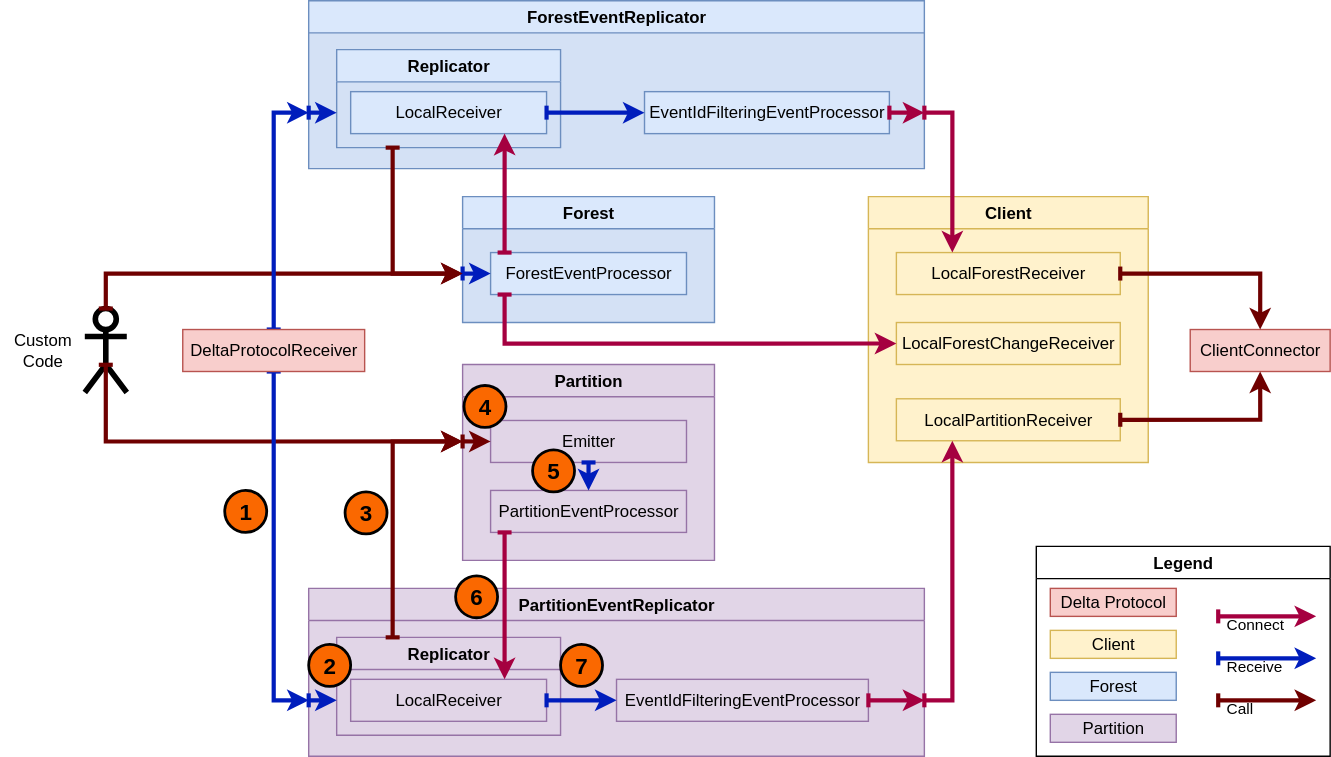
Before: docs/processors-remoteSteps.drawio.svg, a diagram exported from draw.io (LionWeb-io/lionweb-csharp). Source tidied: cells renumbered, new cells last; positions are measured from the earlier drawing's top-left corner, leaving out a move shared by most shapes.
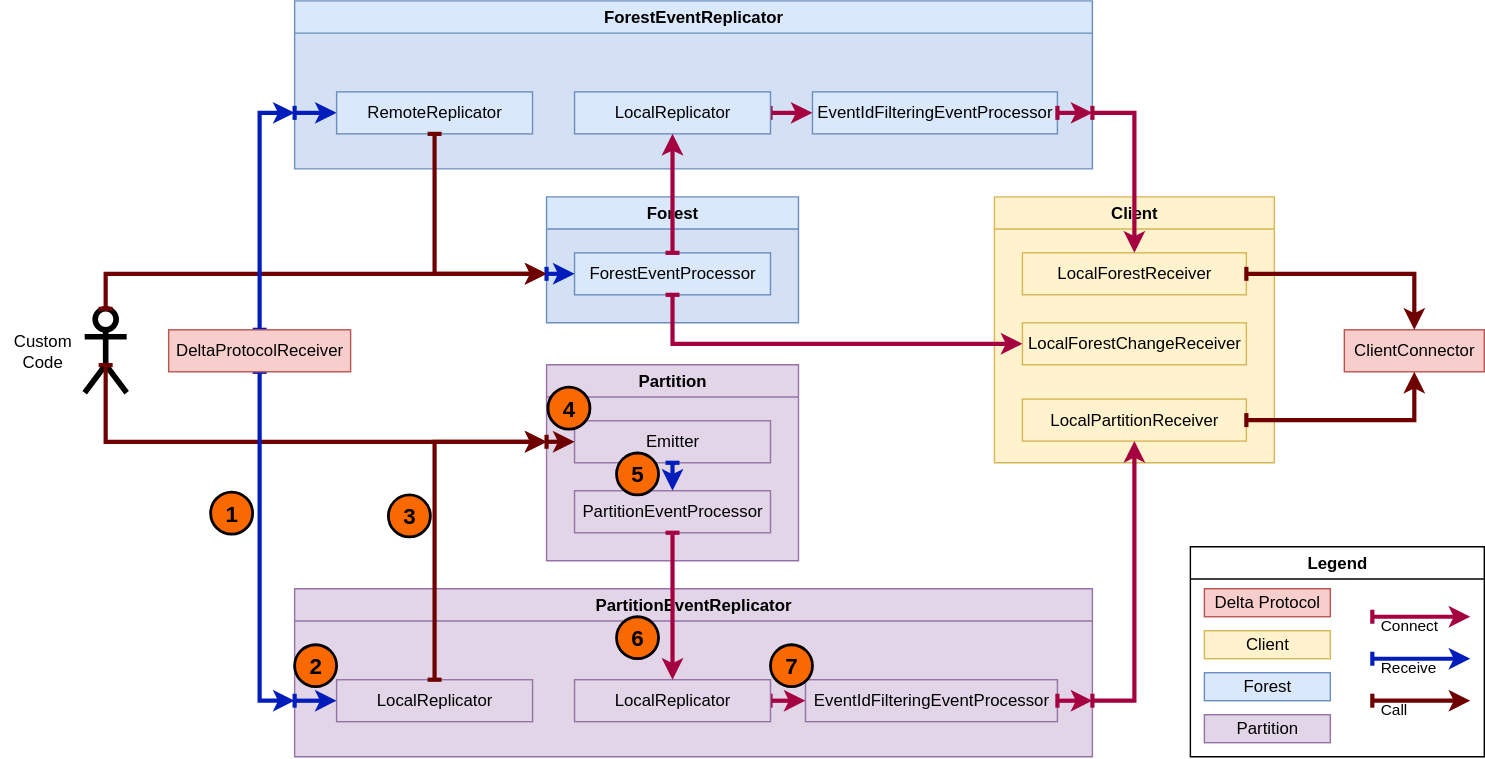
After the commit.

Diff of the diagram source:
```diff
@@ -28,32 +28,27 @@
     <mxCell id="7" value="&lt;div&gt;DeltaProtocolReceiver&lt;/div&gt;" style="rounded=0;whiteSpace=wrap;html=1;fillColor=#f8cecc;strokeColor=#b85450;" parent="1" vertex="1">
-      <mxGeometry x="130" y="235" width="130" height="30" as="geometry" />
+      <mxGeometry x="120" y="235" width="130" height="30" as="geometry" />
     </mxCell>
     <mxCell id="8" value="ForestEventReplicator" style="swimlane;whiteSpace=wrap;html=1;points=[[0,0,0,0,0],[0,0.25,0,0,0],[0,0.5,0,0,0],[0,1,0,0,-40],[0,1,0,0,0],[0.25,0,0,0,0],[0.25,1,0,0,0],[0.5,0,0,0,0],[0.5,1,0,0,0],[0.75,0,0,0,0],[0.75,1,0,0,0],[1,0,0,0,0],[1,0.25,0,0,0],[1,0.5,0,0,0],[1,1,0,0,-40],[1,1,0,0,0]];fillColor=#dae8fc;strokeColor=#6c8ebf;swimlaneFillColor=#D4E1F5;" parent="1" vertex="1">
-      <mxGeometry x="220" width="440" height="120" as="geometry" />
+      <mxGeometry x="210" width="570" height="120" as="geometry" />
     </mxCell>
-    <mxCell id="9" value="Replicator" style="swimlane;whiteSpace=wrap;html=1;points=[[0,0,0,0,0],[0,0.25,0,0,0],[0,0.5,0,0,0],[0,1,0,0,-25],[0,1,0,0,0],[0,1,0,40,0],[0.25,0,0,0,0],[0.5,0,0,0,0],[0.5,1,0,0,0],[0.75,0,0,0,0],[0.75,1,0,0,0],[1,0,0,0,0],[1,0.25,0,0,0],[1,0.5,0,0,0],[1,0.75,0,0,0],[1,1,0,0,0]];fillColor=#dae8fc;strokeColor=#6c8ebf;gradientColor=none;swimlaneFillColor=#D4E1F5;" parent="8" vertex="1">
-      <mxGeometry x="20" y="35" width="160" height="70" as="geometry" />
-    </mxCell>
-    <mxCell id="10" value="LocalReceiver" style="rounded=0;whiteSpace=wrap;html=1;points=[[0,0,0,0,0],[0,0.25,0,0,0],[0,0.5,0,0,0],[0,0.75,0,0,0],[0,1,0,0,0],[0.25,0,0,0,0],[0.25,1,0,0,0],[0.5,0,0,0,0],[0.5,1,0,0,0],[0.75,0,0,0,0],[1,0,0,0,0],[1,0.25,0,0,0],[1,0.5,0,0,0],[1,0.75,0,0,0],[1,1,0,-30,0],[1,1,0,0,0]];fillColor=#dae8fc;strokeColor=#6c8ebf;" parent="9" vertex="1">
-      <mxGeometry x="10" y="30" width="140" height="30" as="geometry" />
-    </mxCell>
     <mxCell id="11" value="EventIdFilteringEventProcessor" style="rounded=0;whiteSpace=wrap;html=1;fillColor=#dae8fc;strokeColor=#6c8ebf;" parent="8" vertex="1">
-      <mxGeometry x="240" y="65" width="175" height="30" as="geometry" />
+      <mxGeometry x="370" y="65" width="175" height="30" as="geometry" />
     </mxCell>
-    <mxCell id="12" style="edgeStyle=orthogonalEdgeStyle;rounded=0;jettySize=auto;html=1;exitX=0;exitY=1;exitDx=0;exitDy=-40;entryX=0;entryY=1;entryDx=0;entryDy=-25;fillColor=#0050ef;strokeColor=#001DBC;entryPerimeter=0;exitPerimeter=0;strokeWidth=3;startArrow=baseDash;startFill=0;" parent="8" edge="1" source="8" target="9">
+    <mxCell id="12" style="edgeStyle=orthogonalEdgeStyle;rounded=0;jettySize=auto;html=1;exitX=0;exitY=1;exitDx=0;exitDy=-40;entryX=0;entryY=0.5;entryDx=0;entryDy=0;fillColor=#0050ef;strokeColor=#001DBC;entryPerimeter=0;exitPerimeter=0;strokeWidth=3;startArrow=baseDash;startFill=0;" parent="8" edge="1" source="8" target="61">
       <mxGeometry relative="1" as="geometry" />
     </mxCell>
+    <mxCell id="14" style="rounded=0;jettySize=auto;html=1;fillColor=#d80073;strokeColor=#A50040;exitX=1;exitY=0.5;exitDx=0;exitDy=0;strokeWidth=3;startArrow=baseDash;startFill=0;entryX=1;entryY=1;entryDx=0;entryDy=-40;entryPerimeter=0;" parent="8" edge="1" source="11" target="8">
+      <mxGeometry relative="1" as="geometry" />
+    </mxCell>
-    <mxCell id="13" style="edgeStyle=orthogonalEdgeStyle;rounded=0;jettySize=auto;html=1;entryX=0;entryY=0.5;entryDx=0;entryDy=0;fillColor=#0050ef;strokeColor=#001DBC;exitX=1;exitY=0.5;exitDx=0;exitDy=0;strokeWidth=3;startArrow=baseDash;startFill=0;" parent="8" edge="1" source="10" target="11">
+    <mxCell id="13" style="rounded=0;jettySize=auto;html=1;fillColor=#d80073;strokeColor=#A50040;entryX=0;entryY=0.5;entryDx=0;entryDy=0;strokeWidth=3;startArrow=baseDash;startFill=0;exitX=1;exitY=0.5;exitDx=0;exitDy=0;exitPerimeter=0;" parent="8" edge="1" source="10" target="11">
       <mxGeometry relative="1" as="geometry" />
     </mxCell>
-    <mxCell id="14" style="edgeStyle=orthogonalEdgeStyle;rounded=0;jettySize=auto;html=1;fillColor=#d80073;strokeColor=#A50040;exitX=1;exitY=0.5;exitDx=0;exitDy=0;entryX=1;entryY=1;entryDx=0;entryDy=-40;entryPerimeter=0;strokeWidth=3;startArrow=baseDash;startFill=0;" parent="8" edge="1" source="11" target="8">
-      <mxGeometry relative="1" as="geometry">
-        <Array as="points">
-          <mxPoint x="430" y="80" />
-          <mxPoint x="430" y="80" />
-        </Array>
-      </mxGeometry>
-    </mxCell>
+    <mxCell id="10" value="LocalReplicator" style="rounded=0;whiteSpace=wrap;html=1;points=[[0,0,0,0,0],[0,0.25,0,0,0],[0,0.5,0,0,0],[0,0.75,0,0,0],[0,1,0,0,0],[0.25,0,0,0,0],[0.25,1,0,0,0],[0.5,0,0,0,0],[0.5,1,0,0,0],[0.75,0,0,0,0],[1,0,0,0,0],[1,0.25,0,0,0],[1,0.5,0,0,0],[1,0.75,0,0,0],[1,1,0,-30,0],[1,1,0,0,0]];fillColor=#dae8fc;strokeColor=#6c8ebf;" parent="8" vertex="1">
+      <mxGeometry x="200" y="65" width="140" height="30" as="geometry" />
+    </mxCell>
+    <mxCell id="61" value="RemoteReplicator" style="rounded=0;whiteSpace=wrap;html=1;points=[[0,0,0,0,0],[0,0.25,0,0,0],[0,0.5,0,0,0],[0,0.75,0,0,0],[0,1,0,0,0],[0.25,0,0,0,0],[0.25,1,0,0,0],[0.5,0,0,0,0],[0.5,1,0,0,0],[0.75,0,0,0,0],[1,0,0,0,0],[1,0.25,0,0,0],[1,0.5,0,0,0],[1,0.75,0,0,0],[1,1,0,-30,0],[1,1,0,0,0]];fillColor=#dae8fc;strokeColor=#6c8ebf;" parent="8" vertex="1">
+      <mxGeometry x="30" y="65" width="140" height="30" as="geometry" />
+    </mxCell>
     <mxCell id="15" value="Forest" style="swimlane;whiteSpace=wrap;html=1;points=[[0,0,0,0,0],[0,0.25,0,0,0],[0,0.5,0,0,0],[0,1,0,0,-35],[0,1,0,0,0],[0.25,0,0,0,0],[0.25,1,0,0,0],[0.5,0,0,0,0],[0.5,1,0,0,0],[0.75,0,0,0,0],[0.75,1,0,0,0],[1,0,0,0,0],[1,0.25,0,0,0],[1,0.5,0,0,0],[1,0.75,0,0,0],[1,1,0,0,0]];fillColor=#dae8fc;strokeColor=#6c8ebf;swimlaneFillColor=#D4E1F5;" parent="1" vertex="1">
-      <mxGeometry x="330" y="140" width="180" height="90" as="geometry" />
+      <mxGeometry x="390" y="140" width="180" height="90" as="geometry" />
     </mxCell>
@@ -71,35 +66,24 @@
     <mxCell id="18" value="PartitionEventReplicator" style="swimlane;whiteSpace=wrap;html=1;points=[[0,0,0,0,0],[0,0.25,0,0,0],[0,0.5,0,0,0],[0,1,0,0,-40],[0,1,0,0,0],[0.25,0,0,0,0],[0.25,1,0,0,0],[0.5,0,0,0,0],[0.5,1,0,0,0],[0.75,0,0,0,0],[0.75,1,0,0,0],[1,0,0,0,0],[1,0.25,0,0,0],[1,0.5,0,0,0],[1,1,0,0,-40],[1,1,0,0,0]];fillColor=#e1d5e7;strokeColor=#9673a6;swimlaneFillColor=#E1D5E7;" parent="1" vertex="1">
-      <mxGeometry x="220" y="420" width="440" height="120" as="geometry" />
+      <mxGeometry x="210" y="420" width="570" height="120" as="geometry" />
     </mxCell>
-    <mxCell id="19" value="Replicator" style="swimlane;whiteSpace=wrap;html=1;points=[[0,0,0,0,0],[0,0.25,0,0,0],[0,0.5,0,0,0],[0,1,0,0,-25],[0,1,0,0,0],[0.25,0,0,0,0],[0.25,1,0,0,0],[0.5,0,0,0,0],[0.5,1,0,0,0],[0.75,0,0,0,0],[0.75,1,0,0,0],[1,0,0,0,0],[1,0.25,0,0,0],[1,0.5,0,0,0],[1,0.75,0,0,0],[1,1,0,0,0]];fillColor=#e1d5e7;strokeColor=#9673a6;swimlaneFillColor=#E1D5E7;" parent="18" vertex="1">
-      <mxGeometry x="20" y="35" width="160" height="70" as="geometry" />
-    </mxCell>
-    <mxCell id="20" value="LocalReceiver" style="rounded=0;whiteSpace=wrap;html=1;points=[[0,0,0,0,0],[0,0.25,0,0,0],[0,0.5,0,0,0],[0,0.75,0,0,0],[0,1,0,0,0],[0.25,0,0,0,0],[0.25,1,0,0,0],[0.5,0,0,0,0],[0.5,1,0,0,0],[0.75,1,0,0,0],[1,0,0,-30,0],[1,0,0,0,0],[1,0.25,0,0,0],[1,0.5,0,0,0],[1,0.75,0,0,0],[1,1,0,0,0]];fillColor=#e1d5e7;strokeColor=#9673a6;" parent="19" vertex="1">
-      <mxGeometry x="10" y="30" width="140" height="30" as="geometry" />
-    </mxCell>
     <mxCell id="21" value="EventIdFilteringEventProcessor" style="rounded=0;whiteSpace=wrap;html=1;fillColor=#e1d5e7;strokeColor=#9673a6;" parent="18" vertex="1">
-      <mxGeometry x="220" y="65" width="180" height="30" as="geometry" />
+      <mxGeometry x="365" y="65" width="180" height="30" as="geometry" />
     </mxCell>
-    <mxCell id="22" style="edgeStyle=orthogonalEdgeStyle;rounded=0;jettySize=auto;html=1;exitX=0;exitY=1;exitDx=0;exitDy=-40;entryX=0;entryY=1;entryDx=0;entryDy=-25;fillColor=#0050ef;strokeColor=#001DBC;exitPerimeter=0;entryPerimeter=0;strokeWidth=3;startArrow=baseDash;startFill=0;" parent="18" edge="1" source="18" target="19">
-      <mxGeometry relative="1" as="geometry">
-        <Array as="points">
-          <mxPoint x="10" y="80" />
-          <mxPoint x="10" y="80" />
-        </Array>
-      </mxGeometry>
+    <mxCell id="22" style="edgeStyle=orthogonalEdgeStyle;rounded=0;jettySize=auto;html=1;exitX=0;exitY=1;exitDx=0;exitDy=-40;entryX=0;entryY=0.5;entryDx=0;entryDy=0;fillColor=#0050ef;strokeColor=#001DBC;exitPerimeter=0;entryPerimeter=0;strokeWidth=3;startArrow=baseDash;startFill=0;" parent="18" edge="1" source="18" target="62">
+      <mxGeometry relative="1" as="geometry" />
     </mxCell>
+    <mxCell id="24" style="rounded=0;jettySize=auto;html=1;fillColor=#d80073;strokeColor=#A50040;exitX=1;exitY=0.5;exitDx=0;exitDy=0;strokeWidth=3;startArrow=baseDash;startFill=0;entryX=1;entryY=1;entryDx=0;entryDy=-40;entryPerimeter=0;" parent="18" edge="1" source="21" target="18">
+      <mxGeometry relative="1" as="geometry" />
+    </mxCell>
-    <mxCell id="23" style="edgeStyle=orthogonalEdgeStyle;rounded=0;jettySize=auto;html=1;entryX=0;entryY=0.5;entryDx=0;entryDy=0;fillColor=#0050ef;strokeColor=#001DBC;exitX=1;exitY=0.5;exitDx=0;exitDy=0;strokeWidth=3;startArrow=baseDash;startFill=0;" parent="18" edge="1" source="20" target="21">
+    <mxCell id="23" style="rounded=0;jettySize=auto;html=1;fillColor=#d80073;strokeColor=#A50040;exitX=1;exitY=0.5;exitDx=0;exitDy=0;strokeWidth=3;startArrow=baseDash;startFill=0;exitPerimeter=0;entryX=0;entryY=0.5;entryDx=0;entryDy=0;" parent="18" edge="1" source="20" target="21">
       <mxGeometry relative="1" as="geometry" />
     </mxCell>
-    <mxCell id="24" style="edgeStyle=orthogonalEdgeStyle;rounded=0;jettySize=auto;html=1;fillColor=#d80073;strokeColor=#A50040;exitX=1;exitY=0.5;exitDx=0;exitDy=0;strokeWidth=3;startArrow=baseDash;startFill=0;" parent="18" edge="1" source="21">
-      <mxGeometry relative="1" as="geometry">
-        <mxPoint x="440" y="80" as="targetPoint" />
-        <Array as="points">
-          <mxPoint x="430" y="80" />
-          <mxPoint x="430" y="80" />
-        </Array>
-      </mxGeometry>
-    </mxCell>
+    <mxCell id="20" value="LocalReplicator" style="rounded=0;whiteSpace=wrap;html=1;points=[[0,0,0,0,0],[0,0.25,0,0,0],[0,0.5,0,0,0],[0,0.75,0,0,0],[0,1,0,0,0],[0.25,0,0,0,0],[0.25,1,0,0,0],[0.5,0,0,0,0],[0.5,1,0,0,0],[0.75,1,0,0,0],[1,0,0,-30,0],[1,0,0,0,0],[1,0.25,0,0,0],[1,0.5,0,0,0],[1,0.75,0,0,0],[1,1,0,0,0]];fillColor=#e1d5e7;strokeColor=#9673a6;" parent="18" vertex="1">
+      <mxGeometry x="200" y="65" width="140" height="30" as="geometry" />
+    </mxCell>
+    <mxCell id="62" value="LocalReplicator" style="rounded=0;whiteSpace=wrap;html=1;points=[[0,0,0,0,0],[0,0.25,0,0,0],[0,0.5,0,0,0],[0,0.75,0,0,0],[0,1,0,0,0],[0.25,0,0,0,0],[0.25,1,0,0,0],[0.5,0,0,0,0],[0.5,1,0,0,0],[0.75,1,0,0,0],[1,0,0,-30,0],[1,0,0,0,0],[1,0.25,0,0,0],[1,0.5,0,0,0],[1,0.75,0,0,0],[1,1,0,0,0]];fillColor=#e1d5e7;strokeColor=#9673a6;" parent="18" vertex="1">
+      <mxGeometry x="30" y="65" width="140" height="30" as="geometry" />
+    </mxCell>
     <mxCell id="25" value="Partition" style="swimlane;whiteSpace=wrap;html=1;points=[[0,0,0,0,0],[0,0,0,0,55],[0,0.5,0,0,0],[0,0.75,0,0,0],[0,1,0,0,0],[0.25,0,0,0,0],[0.25,1,0,0,0],[0.5,0,0,0,0],[0.5,1,0,0,0],[0.75,0,0,0,0],[0.75,1,0,0,0],[1,0,0,0,0],[1,0.25,0,0,0],[1,0.5,0,0,0],[1,0.75,0,0,0],[1,1,0,0,0]];fillColor=#e1d5e7;strokeColor=#9673a6;swimlaneFillColor=#E1D5E7;" parent="1" vertex="1">
-      <mxGeometry x="330" y="260" width="180" height="140" as="geometry" />
+      <mxGeometry x="390" y="260" width="180" height="140" as="geometry" />
     </mxCell>
@@ -122,6 +106,6 @@
     </mxCell>
-    <mxCell id="30" style="edgeStyle=orthogonalEdgeStyle;rounded=0;jettySize=auto;html=1;exitX=0.25;exitY=0;exitDx=0;exitDy=0;fillColor=#a20025;strokeColor=#6F0000;entryX=0;entryY=0;entryDx=0;entryDy=55;entryPerimeter=0;strokeWidth=3;startArrow=baseDash;startFill=0;" parent="1" edge="1" source="19" target="25">
+    <mxCell id="30" style="edgeStyle=orthogonalEdgeStyle;rounded=0;jettySize=auto;html=1;exitX=0.5;exitY=0;exitDx=0;exitDy=0;fillColor=#a20025;strokeColor=#6F0000;entryX=0;entryY=0;entryDx=0;entryDy=55;entryPerimeter=0;strokeWidth=3;startArrow=baseDash;startFill=0;exitPerimeter=0;" parent="1" edge="1" source="62" target="25">
       <mxGeometry relative="1" as="geometry">
         <Array as="points">
-          <mxPoint x="280" y="315" />
+          <mxPoint x="310" y="315" />
         </Array>
@@ -129,18 +113,13 @@
     </mxCell>
-    <mxCell id="31" style="edgeStyle=orthogonalEdgeStyle;rounded=0;jettySize=auto;html=1;fillColor=#d80073;strokeColor=#A50040;exitX=0;exitY=1;exitDx=10;exitDy=0;exitPerimeter=0;entryX=1;entryY=0;entryDx=-30;entryDy=0;entryPerimeter=0;strokeWidth=3;startArrow=baseDash;startFill=0;" parent="1" edge="1" source="27" target="20">
+    <mxCell id="31" style="edgeStyle=orthogonalEdgeStyle;rounded=0;jettySize=auto;html=1;fillColor=#d80073;strokeColor=#A50040;exitX=0.5;exitY=1;exitDx=0;exitDy=0;exitPerimeter=0;entryX=0.5;entryY=0;entryDx=0;entryDy=0;entryPerimeter=0;strokeWidth=3;startArrow=baseDash;startFill=0;" parent="1" edge="1" source="27" target="20">
       <mxGeometry relative="1" as="geometry" />
     </mxCell>
-    <mxCell id="32" style="edgeStyle=orthogonalEdgeStyle;rounded=0;jettySize=auto;html=1;exitX=0;exitY=1;exitDx=40;exitDy=0;fillColor=#a20025;strokeColor=#6F0000;entryX=0;entryY=1;entryDx=0;entryDy=-35;entryPerimeter=0;exitPerimeter=0;strokeWidth=3;startArrow=baseDash;startFill=0;" parent="1" edge="1" source="9" target="15">
+    <mxCell id="32" style="edgeStyle=orthogonalEdgeStyle;rounded=0;jettySize=auto;html=1;exitX=0.5;exitY=1;exitDx=0;exitDy=0;fillColor=#a20025;strokeColor=#6F0000;entryX=0;entryY=1;entryDx=0;entryDy=-35;entryPerimeter=0;exitPerimeter=0;strokeWidth=3;startArrow=baseDash;startFill=0;" parent="1" edge="1" source="61" target="15">
       <mxGeometry relative="1" as="geometry" />
     </mxCell>
-    <mxCell id="33" style="edgeStyle=orthogonalEdgeStyle;rounded=0;jettySize=auto;html=1;fillColor=#d80073;strokeColor=#A50040;exitX=0;exitY=0;exitDx=10;exitDy=0;exitPerimeter=0;entryX=1;entryY=1;entryDx=-30;entryDy=0;entryPerimeter=0;strokeWidth=3;startArrow=baseDash;startFill=0;" parent="1" edge="1" source="16" target="10">
-      <mxGeometry relative="1" as="geometry">
-        <Array as="points">
-          <mxPoint x="360" y="110" />
-          <mxPoint x="360" y="110" />
-        </Array>
-      </mxGeometry>
+    <mxCell id="33" style="rounded=0;jettySize=auto;html=1;fillColor=#d80073;strokeColor=#A50040;exitX=0.5;exitY=0;exitDx=0;exitDy=0;exitPerimeter=0;entryX=0.5;entryY=1;entryDx=0;entryDy=0;entryPerimeter=0;strokeWidth=3;startArrow=baseDash;startFill=0;" parent="1" edge="1" source="16" target="10">
+      <mxGeometry relative="1" as="geometry" />
     </mxCell>
     <mxCell id="34" value="Client" style="swimlane;whiteSpace=wrap;html=1;fillColor=#fff2cc;strokeColor=#d6b656;swimlaneFillColor=#FFF2CC;" parent="1" vertex="1">
-      <mxGeometry x="620" y="140" width="200" height="190" as="geometry" />
+      <mxGeometry x="710" y="140" width="200" height="190" as="geometry" />
     </mxCell>
@@ -155,6 +134,6 @@
     </mxCell>
-    <mxCell id="38" style="edgeStyle=orthogonalEdgeStyle;rounded=0;jettySize=auto;html=1;fillColor=#d80073;strokeColor=#A50040;exitX=1;exitY=1;exitDx=0;exitDy=-40;entryX=0.25;entryY=0;entryDx=0;entryDy=0;exitPerimeter=0;strokeWidth=3;startArrow=baseDash;startFill=0;" parent="1" edge="1" source="8" target="35">
+    <mxCell id="38" style="edgeStyle=orthogonalEdgeStyle;rounded=0;jettySize=auto;html=1;fillColor=#d80073;strokeColor=#A50040;exitX=1;exitY=1;exitDx=0;exitDy=-40;entryX=0.5;entryY=0;entryDx=0;entryDy=0;exitPerimeter=0;strokeWidth=3;startArrow=baseDash;startFill=0;" parent="1" edge="1" source="8" target="35">
       <mxGeometry relative="1" as="geometry">
         <Array as="points">
-          <mxPoint x="680" y="80" />
+          <mxPoint x="810" y="80" />
         </Array>
@@ -162,6 +141,6 @@
     </mxCell>
-    <mxCell id="39" style="edgeStyle=orthogonalEdgeStyle;rounded=0;jettySize=auto;html=1;fillColor=#d80073;strokeColor=#A50040;exitX=1;exitY=1;exitDx=0;exitDy=-40;entryX=0.25;entryY=1;entryDx=0;entryDy=0;exitPerimeter=0;strokeWidth=3;startArrow=baseDash;startFill=0;" parent="1" edge="1" source="18" target="37">
+    <mxCell id="39" style="edgeStyle=orthogonalEdgeStyle;rounded=0;jettySize=auto;html=1;fillColor=#d80073;strokeColor=#A50040;exitX=1;exitY=1;exitDx=0;exitDy=-40;entryX=0.5;entryY=1;entryDx=0;entryDy=0;exitPerimeter=0;strokeWidth=3;startArrow=baseDash;startFill=0;" parent="1" edge="1" source="18" target="37">
       <mxGeometry relative="1" as="geometry">
         <Array as="points">
-          <mxPoint x="680" y="500" />
+          <mxPoint x="810" y="500" />
         </Array>
@@ -169,6 +148,6 @@
     </mxCell>
-    <mxCell id="40" style="edgeStyle=orthogonalEdgeStyle;rounded=0;jettySize=auto;html=1;fillColor=#d80073;strokeColor=#A50040;exitX=0;exitY=1;exitDx=10;exitDy=0;entryX=0;entryY=0.5;entryDx=0;entryDy=0;exitPerimeter=0;strokeWidth=3;startArrow=baseDash;startFill=0;" parent="1" edge="1" source="16" target="36">
+    <mxCell id="40" style="edgeStyle=orthogonalEdgeStyle;rounded=0;jettySize=auto;html=1;fillColor=#d80073;strokeColor=#A50040;exitX=0.5;exitY=1;exitDx=0;exitDy=0;entryX=0;entryY=0.5;entryDx=0;entryDy=0;exitPerimeter=0;strokeWidth=3;startArrow=baseDash;startFill=0;" parent="1" edge="1" source="16" target="36">
       <mxGeometry relative="1" as="geometry">
         <Array as="points">
-          <mxPoint x="360" y="245" />
+          <mxPoint x="480" y="245" />
         </Array>
@@ -177,3 +156,3 @@
     <mxCell id="41" value="ClientConnector" style="rounded=0;whiteSpace=wrap;html=1;fillColor=#f8cecc;strokeColor=#b85450;" parent="1" vertex="1">
-      <mxGeometry x="850" y="235" width="100" height="30" as="geometry" />
+      <mxGeometry x="960" y="235" width="100" height="30" as="geometry" />
     </mxCell>
@@ -182,3 +161,3 @@
         <Array as="points">
-          <mxPoint x="900" y="195" />
+          <mxPoint x="1010" y="195" />
         </Array>
@@ -189,3 +168,3 @@
         <Array as="points">
-          <mxPoint x="900" y="300" />
+          <mxPoint x="1010" y="300" />
         </Array>
@@ -194,3 +173,3 @@
     <mxCell id="44" value="Legend" style="swimlane;whiteSpace=wrap;html=1;" parent="1" vertex="1">
-      <mxGeometry x="740" y="390" width="210" height="150" as="geometry" />
+      <mxGeometry x="850" y="390" width="210" height="150" as="geometry" />
     </mxCell>
@@ -231,21 +210,21 @@
     <mxCell id="54" value="4" style="ellipse;whiteSpace=wrap;html=1;fontStyle=1;fillColor=#fa6800;fontColor=#000000;strokeColor=#000000;fontSize=16;strokeWidth=2;" parent="53" vertex="1">
-      <mxGeometry x="331" y="275" width="30" height="30" as="geometry" />
+      <mxGeometry x="391" y="276" width="30" height="30" as="geometry" />
     </mxCell>
     <mxCell id="55" value="5" style="ellipse;whiteSpace=wrap;html=1;fontStyle=1;fillColor=#fa6800;fontColor=#000000;strokeColor=#000000;fontSize=16;strokeWidth=2;" parent="53" vertex="1">
-      <mxGeometry x="380" y="321" width="30" height="30" as="geometry" />
+      <mxGeometry x="440" y="323" width="30" height="30" as="geometry" />
     </mxCell>
     <mxCell id="56" value="3" style="ellipse;whiteSpace=wrap;html=1;fontStyle=1;fillColor=#fa6800;fontColor=#000000;strokeColor=#000000;fontSize=16;strokeWidth=2;" parent="53" vertex="1">
-      <mxGeometry x="246" y="351" width="30" height="30" as="geometry" />
+      <mxGeometry x="277" y="353" width="30" height="30" as="geometry" />
     </mxCell>
     <mxCell id="57" value="1" style="ellipse;whiteSpace=wrap;html=1;fontStyle=1;fillColor=#fa6800;fontColor=#000000;strokeColor=#000000;fontSize=16;strokeWidth=2;" parent="53" vertex="1">
-      <mxGeometry x="160" y="350" width="30" height="30" as="geometry" />
+      <mxGeometry x="150" y="351" width="30" height="30" as="geometry" />
     </mxCell>
     <mxCell id="58" value="2" style="ellipse;whiteSpace=wrap;html=1;fontStyle=1;fillColor=#fa6800;fontColor=#000000;strokeColor=#000000;fontSize=16;strokeWidth=2;" parent="53" vertex="1">
-      <mxGeometry x="220" y="460" width="30" height="30" as="geometry" />
+      <mxGeometry x="210" y="460" width="30" height="30" as="geometry" />
     </mxCell>
     <mxCell id="59" value="6" style="ellipse;whiteSpace=wrap;html=1;fontStyle=1;fillColor=#fa6800;fontColor=#000000;strokeColor=#000000;fontSize=16;strokeWidth=2;" parent="53" vertex="1">
-      <mxGeometry x="325" y="411" width="30" height="30" as="geometry" />
+      <mxGeometry x="440" y="440" width="30" height="30" as="geometry" />
     </mxCell>
     <mxCell id="60" value="7" style="ellipse;whiteSpace=wrap;html=1;fontStyle=1;fillColor=#fa6800;fontColor=#000000;strokeColor=#000000;fontSize=16;strokeWidth=2;" parent="53" vertex="1">
-      <mxGeometry x="400" y="460" width="30" height="30" as="geometry" />
+      <mxGeometry x="550" y="460" width="30" height="30" as="geometry" />
     </mxCell>
```
